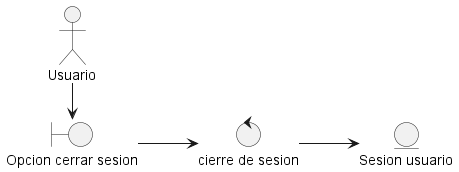
Above: docs/scenariosView/DisciplinaDeAnalisisDiagramaDeClaseCerrarSesion.png in Samantha-Ramirez/ProyectoEquipo7ING (PlantUML), before the change.
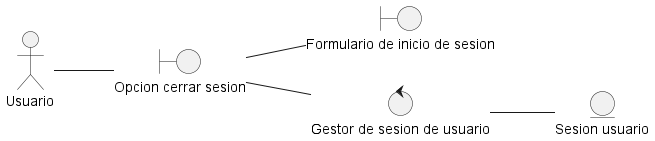
Above is the later version.

What changed in the source:
```diff
@@ -1,16 +1,18 @@
 @startuml DisciplinaDeAnalisisDiagramaDeClaseCerrarSesion
 left to right direction
 
-actor "Usuario" as usuario
+actor "Usuario" as actorUsuario
 
-entity "Sesion usuario" as sesionUsuario
+entity "Sesion usuario" as entidadSesionUsuario
 
 boundary "Opcion cerrar sesion" as vistaCerrarSesion
+boundary "Formulario de inicio de sesion" as vistaInicioSesion
 
-control "cierre de sesion" as ctrlGestorSesion
+control "Gestor de sesion de usuario" as ctrlGestorSesion
 
-usuario -> vistaCerrarSesion
-vistaCerrarSesion --> ctrlGestorSesion
-ctrlGestorSesion --> sesionUsuario
+actorUsuario -- vistaCerrarSesion
+vistaCerrarSesion -- ctrlGestorSesion
+ctrlGestorSesion -- entidadSesionUsuario
+vistaCerrarSesion -- vistaInicioSesion
 
 @enduml
```
